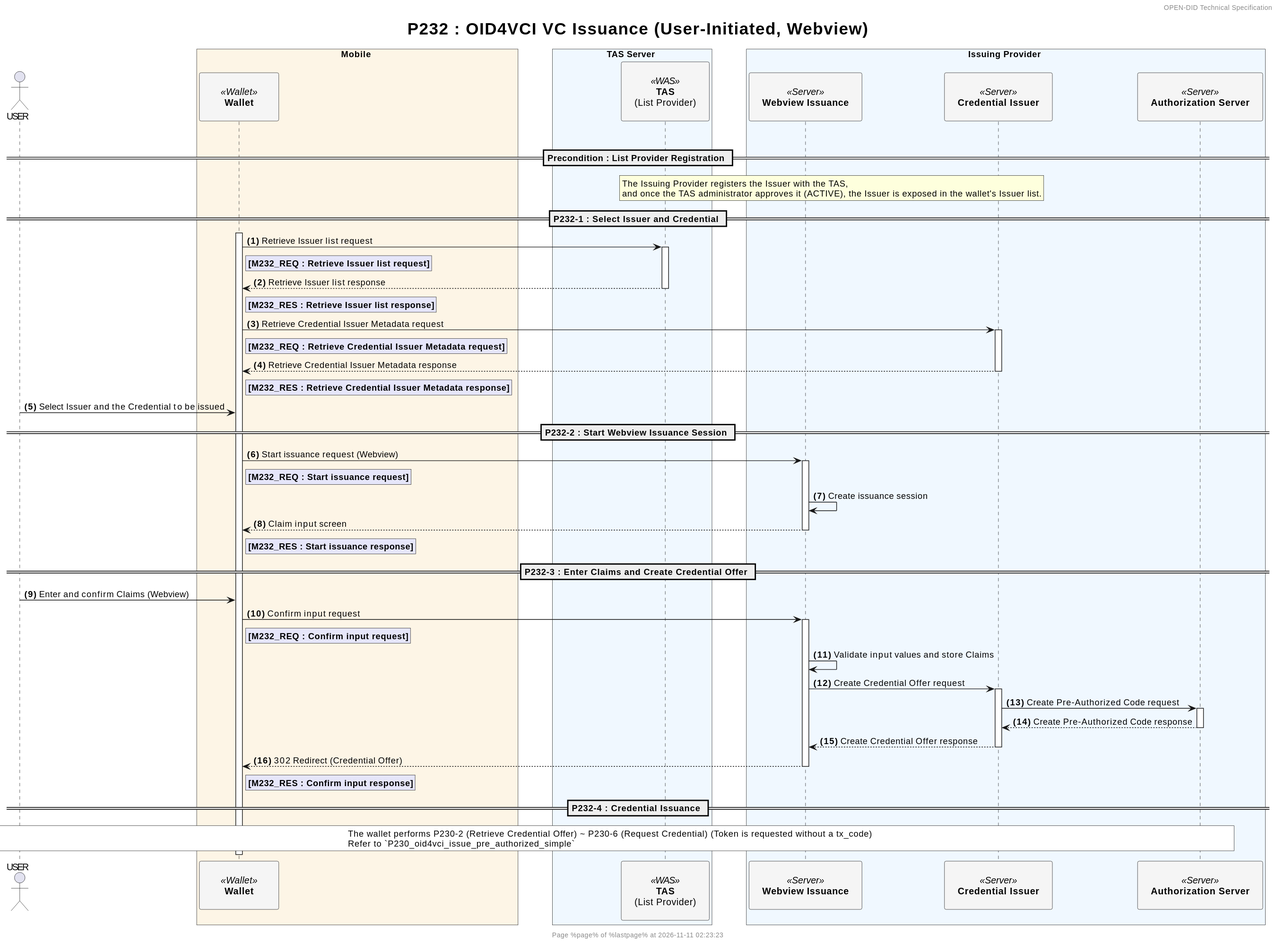
Above: docs/sequence/simple/images/P232_oid4vci_issue_user_init_simple.svg in OmniOneID/did-doc-architecture (PlantUML), before the change.
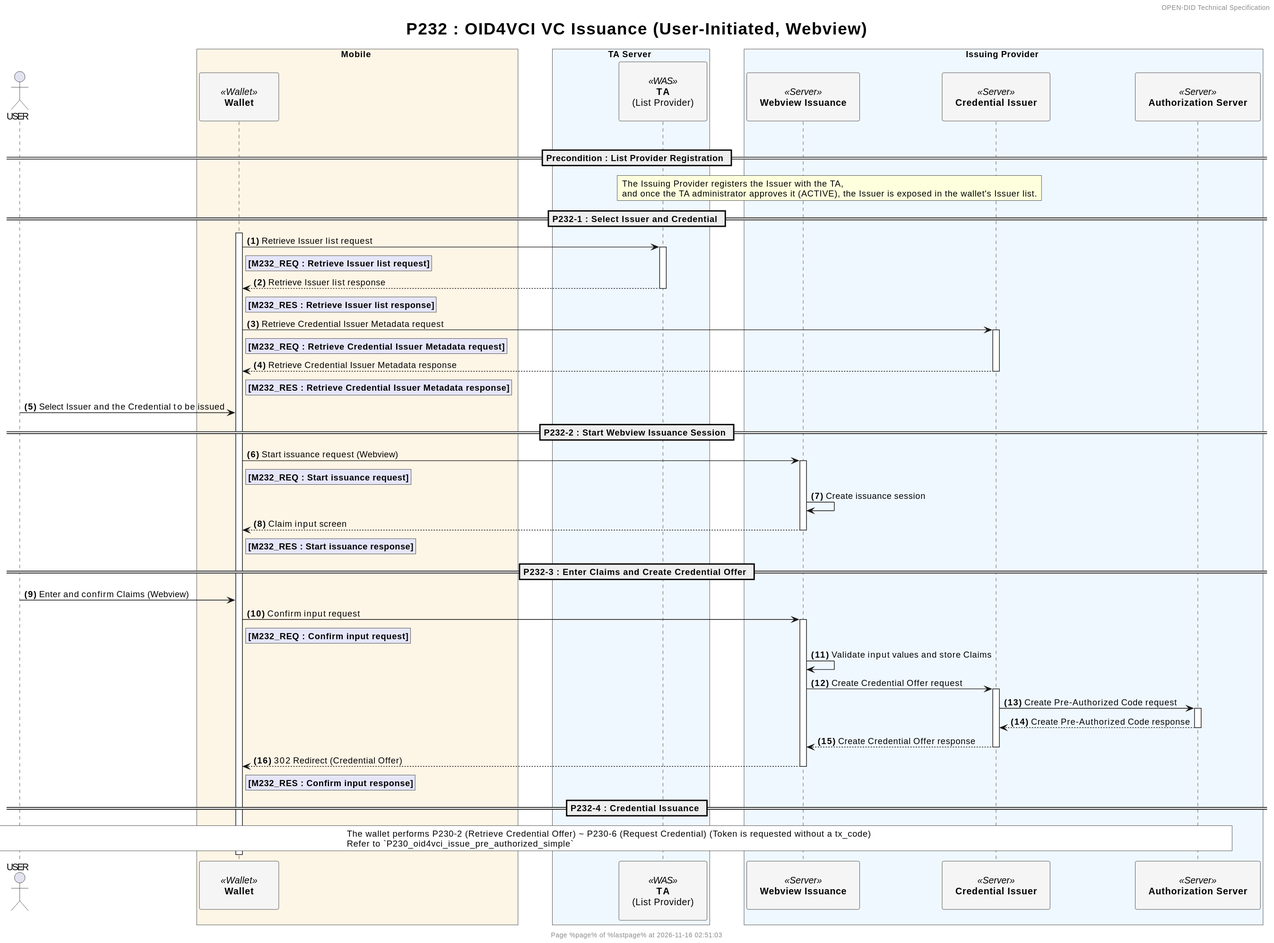
The same diagram one commit later.

The edit, as a diff of the source:
```diff
@@ -26,8 +26,8 @@
     participant "**Wallet**" as WALLET <<Wallet>> #WhiteSmoke
 end box
 
-box TAS Server #AliceBlue
-    participant "**TAS**\n(List Provider)" as TAS <<WAS>> #WhiteSmoke
+box TA Server #AliceBlue
+    participant "**TA**\n(List Provider)" as TA <<WAS>> #WhiteSmoke
 end box
 
 box Issuing Provider #AliceBlue
@@ -44,14 +44,14 @@
 |||
 
 == Precondition : List Provider Registration ==
-rnote over TAS, CI
-    The Issuing Provider registers the Issuer with the TAS,
-    and once the TAS administrator approves it (ACTIVE), the Issuer is exposed in the wallet's Issuer list.
+rnote over TA, CI
+    The Issuing Provider registers the Issuer with the TA,
+    and once the TA administrator approves it (ACTIVE), the Issuer is exposed in the wallet's Issuer list.
 end rnote
 
 == P232-1 : Select Issuer and Credential ==
 activate WALLET
-WALLET -> TAS++: Retrieve Issuer list request
+WALLET -> TA++: Retrieve Issuer list request
     rnote right of WALLET #Lavender
         **[M232_REQ : Retrieve Issuer list request]**
     end note
```
